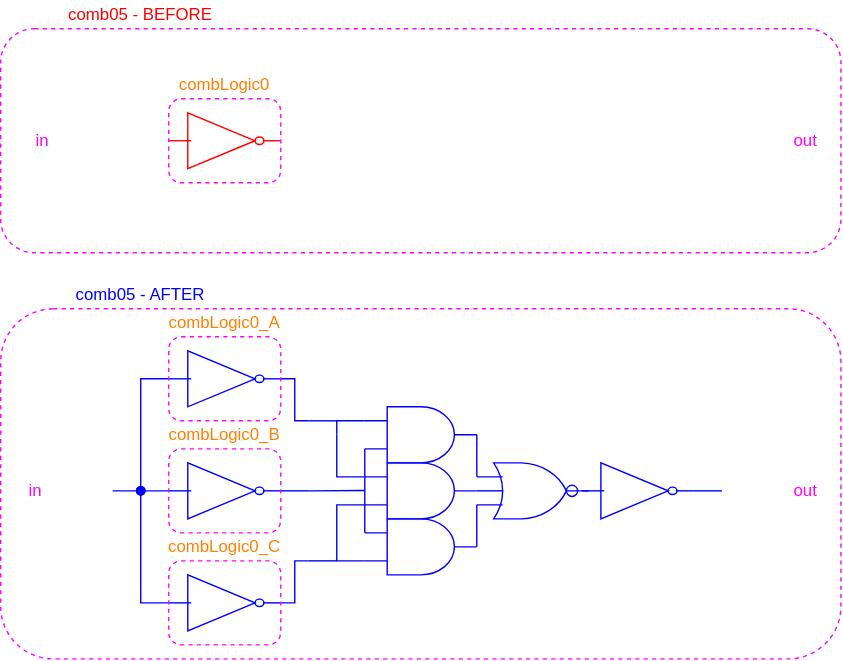
Before: figures/dark-mode/user_guide_examples/comb_logic/comb05_logic_triplication.drawio.svg, a diagram exported from draw.io (AlbertHansen/TripleModularRedundancyTool_developer_guide). Source tidied: cells renumbered, new cells last; positions are measured from the earlier drawing's top-left corner, leaving out a move shared by most shapes.
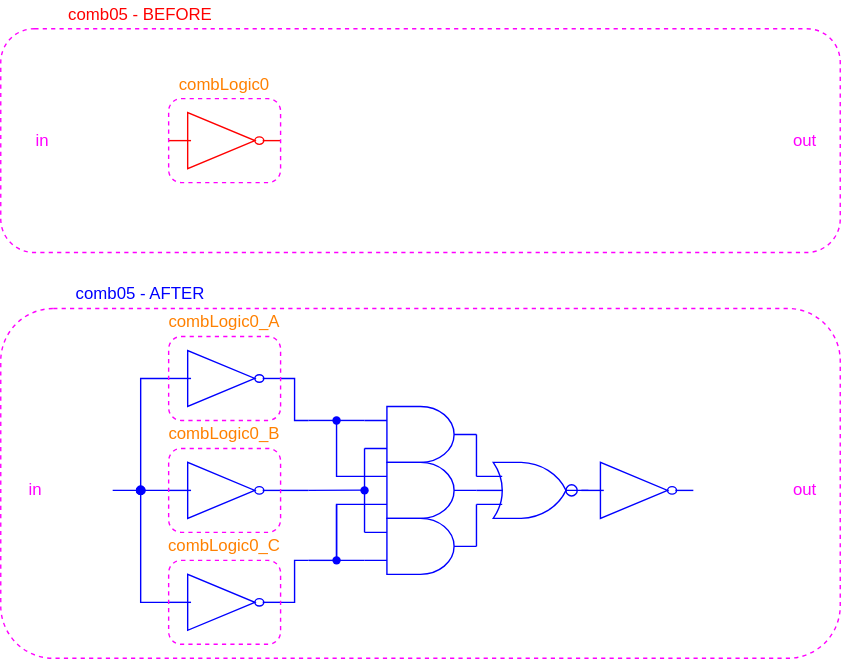
Above is the later version.

What changed in the source:
```diff
@@ -32,9 +32,6 @@
     <mxCell id="11" style="shape=offPageConnector;whiteSpace=wrap;rotation=-90;fontFamily=Helvetica;fillColor=none;strokeColor=#FFFFFF;" parent="1" vertex="1">
       <mxGeometry x="525" y="330" width="20" height="40" as="geometry" />
     </mxCell>
-    <mxCell id="12" style="edgeStyle=none;html=1;exitX=1;exitY=0.5;exitDx=0;exitDy=0;exitPerimeter=0;entryX=0.5;entryY=0;entryDx=0;entryDy=0;endArrow=none;endFill=0;strokeColor=#0000FF;" parent="1" edge="1" source="32" target="11">
-      <mxGeometry relative="1" as="geometry" />
-    </mxCell>
     <mxCell id="13" style="verticalLabelPosition=bottom;shadow=0;dashed=0;align=center;html=1;verticalAlign=top;shape=mxgraph.electrical.logic_gates.inverter_2;fillColor=none;strokeColor=#0000FF;" parent="1" vertex="1">
       <mxGeometry x="120" y="330" width="80" height="40" as="geometry" />
     </mxCell>
@@ -59,92 +56,6 @@
     <mxCell id="20" value="comb05 - AFTER" style="text;html=1;strokeColor=none;fillColor=none;align=center;verticalAlign=middle;whiteSpace=wrap;rounded=0;dashed=1;fontColor=#0000FF;" parent="1" vertex="1">
       <mxGeometry x="40" y="200" width="120" height="20" as="geometry" />
     </mxCell>
-    <mxCell id="21" style="edgeStyle=orthogonalEdgeStyle;html=1;exitX=0;exitY=0.25;exitDx=0;exitDy=0;exitPerimeter=0;entryX=0;entryY=0.75;entryDx=0;entryDy=0;entryPerimeter=0;endArrow=none;endFill=0;rounded=0;fontColor=#FF00FF;strokeColor=#0000FF;" parent="1" edge="1" source="22" target="28">
-      <mxGeometry relative="1" as="geometry">
-        <Array as="points">
-          <mxPoint x="260" y="350" />
-          <mxPoint x="260" y="350" />
-        </Array>
-      </mxGeometry>
-    </mxCell>
-    <mxCell id="22" style="verticalLabelPosition=bottom;shadow=0;dashed=0;align=center;html=1;verticalAlign=top;shape=mxgraph.electrical.logic_gates.logic_gate;operation=and;fillColor=none;fontColor=#FF00FF;strokeColor=#0000FF;" parent="1" vertex="1">
-      <mxGeometry x="260" y="370" width="80" height="40" as="geometry" />
-    </mxCell>
-    <mxCell id="23" style="edgeStyle=orthogonalEdgeStyle;rounded=0;html=1;exitX=0;exitY=0.75;exitDx=0;exitDy=0;exitPerimeter=0;entryX=0;entryY=0.75;entryDx=0;entryDy=0;entryPerimeter=0;endArrow=none;endFill=0;fontColor=#FF00FF;strokeColor=#0000FF;" parent="1" edge="1" source="26" target="22">
-      <mxGeometry relative="1" as="geometry">
-        <Array as="points">
-          <mxPoint x="240" y="360" />
-          <mxPoint x="240" y="400" />
-        </Array>
-      </mxGeometry>
-    </mxCell>
-    <mxCell id="24" style="edgeStyle=orthogonalEdgeStyle;rounded=0;html=1;entryX=0;entryY=0.25;entryDx=0;entryDy=0;entryPerimeter=0;endArrow=none;endFill=0;fontColor=#FF00FF;strokeColor=#0000FF;startArrow=none;" parent="1" edge="1" target="28">
-      <mxGeometry relative="1" as="geometry">
-        <mxPoint x="240" y="310" as="sourcePoint" />
-        <Array as="points">
-          <mxPoint x="240" y="300" />
-        </Array>
-      </mxGeometry>
-    </mxCell>
-    <mxCell id="25" style="edgeStyle=orthogonalEdgeStyle;rounded=0;html=1;exitX=1;exitY=0.5;exitDx=0;exitDy=0;exitPerimeter=0;entryX=0.235;entryY=0.478;entryDx=0;entryDy=0;entryPerimeter=0;endArrow=none;endFill=0;fontColor=#FF00FF;strokeColor=#0000FF;" parent="1" edge="1" source="26" target="30">
-      <mxGeometry relative="1" as="geometry" />
-    </mxCell>
-    <mxCell id="26" style="verticalLabelPosition=bottom;shadow=0;dashed=0;align=center;html=1;verticalAlign=top;shape=mxgraph.electrical.logic_gates.logic_gate;operation=and;fillColor=none;fontColor=#FF00FF;strokeColor=#0000FF;" parent="1" vertex="1">
-      <mxGeometry x="260" y="330" width="80" height="40" as="geometry" />
-    </mxCell>
-    <mxCell id="27" style="edgeStyle=orthogonalEdgeStyle;rounded=0;html=1;exitX=1;exitY=0.5;exitDx=0;exitDy=0;exitPerimeter=0;entryX=0;entryY=0.25;entryDx=0;entryDy=0;entryPerimeter=0;endArrow=none;endFill=0;fontColor=#FF00FF;strokeColor=#0000FF;" parent="1" edge="1" source="28" target="30">
-      <mxGeometry relative="1" as="geometry">
-        <Array as="points">
-          <mxPoint x="340" y="340" />
-        </Array>
-      </mxGeometry>
-    </mxCell>
-    <mxCell id="28" style="verticalLabelPosition=bottom;shadow=0;dashed=0;align=center;html=1;verticalAlign=top;shape=mxgraph.electrical.logic_gates.logic_gate;operation=and;fillColor=none;fontColor=#FF00FF;strokeColor=#0000FF;" parent="1" vertex="1">
-      <mxGeometry x="260" y="290" width="80" height="40" as="geometry" />
-    </mxCell>
-    <mxCell id="29" style="edgeStyle=orthogonalEdgeStyle;rounded=0;html=1;exitX=0;exitY=0.75;exitDx=0;exitDy=0;exitPerimeter=0;entryX=1;entryY=0.5;entryDx=0;entryDy=0;entryPerimeter=0;endArrow=none;endFill=0;fontColor=#FF00FF;strokeColor=#0000FF;" parent="1" edge="1" source="30" target="22">
-      <mxGeometry relative="1" as="geometry">
-        <Array as="points">
-          <mxPoint x="340" y="380" />
-          <mxPoint x="340" y="380" />
-        </Array>
-      </mxGeometry>
-    </mxCell>
-    <mxCell id="30" style="verticalLabelPosition=bottom;shadow=0;dashed=0;align=center;html=1;verticalAlign=top;shape=mxgraph.electrical.logic_gates.logic_gate;operation=or;fillColor=none;fontColor=#FF00FF;strokeColor=#0000FF;" parent="1" vertex="1">
-      <mxGeometry x="340" y="330" width="80" height="40" as="geometry" />
-    </mxCell>
-    <mxCell id="31" style="verticalLabelPosition=bottom;shadow=0;dashed=0;align=center;html=1;verticalAlign=top;shape=mxgraph.electrical.logic_gates.inverting_contact;fillColor=none;fontColor=#FF00FF;strokeColor=#0000FF;" parent="1" vertex="1">
-      <mxGeometry x="403" y="345" width="10" height="10" as="geometry" />
-    </mxCell>
-    <mxCell id="32" style="verticalLabelPosition=bottom;shadow=0;dashed=0;align=center;html=1;verticalAlign=top;shape=mxgraph.electrical.logic_gates.inverter_2;fillColor=none;fontColor=#FF00FF;strokeColor=#0000FF;" parent="1" vertex="1">
-      <mxGeometry x="415" y="330" width="80" height="40" as="geometry" />
-    </mxCell>
-    <mxCell id="33" style="endArrow=none;html=1;rounded=0;fontColor=#FF00FF;strokeColor=#0000FF;" parent="1" edge="1">
-      <mxGeometry relative="1" as="geometry">
-        <mxPoint x="220" y="300" as="sourcePoint" />
-        <mxPoint x="240" y="300" as="targetPoint" />
-      </mxGeometry>
-    </mxCell>
-    <mxCell id="34" style="endArrow=none;html=1;rounded=0;fontColor=#FF00FF;strokeColor=#0000FF;" parent="1" edge="1">
-      <mxGeometry relative="1" as="geometry">
-        <mxPoint x="220" y="400" as="sourcePoint" />
-        <mxPoint x="240" y="400" as="targetPoint" />
-      </mxGeometry>
-    </mxCell>
-    <mxCell id="35" style="endArrow=none;html=1;rounded=0;fontColor=#FF00FF;strokeColor=#0000FF;" parent="1" edge="1">
-      <mxGeometry relative="1" as="geometry">
-        <mxPoint x="220" y="350" as="sourcePoint" />
-        <mxPoint x="260" y="349.8" as="targetPoint" />
-      </mxGeometry>
-    </mxCell>
-    <mxCell id="36" style="edgeStyle=orthogonalEdgeStyle;rounded=0;html=1;exitX=0;exitY=0.25;exitDx=0;exitDy=0;exitPerimeter=0;endArrow=none;endFill=0;fontColor=#FF00FF;strokeColor=#0000FF;" parent="1" edge="1" source="26">
-      <mxGeometry relative="1" as="geometry">
-        <mxPoint x="240" y="310" as="targetPoint" />
-        <Array as="points">
-          <mxPoint x="240" y="340" />
-        </Array>
-      </mxGeometry>
-    </mxCell>
     <mxCell id="37" style="rounded=1;whiteSpace=wrap;html=1;fillColor=none;dashed=1;strokeColor=#FF00FF;fontColor=#FF00FF;" parent="1" vertex="1">
       <mxGeometry x="120" y="70" width="80" height="60" as="geometry" />
     </mxCell>
@@ -197,5 +108,107 @@
     <mxCell id="50" value="&lt;font color=&quot;#ff8000&quot;&gt;combLogic0_C&lt;/font&gt;" style="text;html=1;strokeColor=none;fillColor=none;align=center;verticalAlign=middle;whiteSpace=wrap;rounded=0;fontColor=#FF00FF;" parent="1" vertex="1">
       <mxGeometry x="135" y="380" width="50" height="20" as="geometry" />
     </mxCell>
+    <mxCell id="51" style="edgeStyle=orthogonalEdgeStyle;html=1;exitDx=0;exitDy=0;exitPerimeter=0;entryX=0;entryY=0.75;entryDx=0;entryDy=0;entryPerimeter=0;endArrow=none;endFill=0;rounded=0;startArrow=none;strokeColor=#0000FF;" parent="1" edge="1" source="69" target="58">
+      <mxGeometry relative="1" as="geometry">
+        <Array as="points">
+          <mxPoint x="260" y="350" />
+        </Array>
+      </mxGeometry>
+    </mxCell>
+    <mxCell id="52" style="verticalLabelPosition=bottom;shadow=0;dashed=0;align=center;html=1;verticalAlign=top;shape=mxgraph.electrical.logic_gates.logic_gate;operation=and;fillColor=none;strokeColor=#0000FF;" parent="1" vertex="1">
+      <mxGeometry x="260" y="370" width="80" height="40" as="geometry" />
+    </mxCell>
+    <mxCell id="53" style="edgeStyle=orthogonalEdgeStyle;rounded=0;html=1;exitDx=0;exitDy=0;exitPerimeter=0;entryX=0;entryY=0.75;entryDx=0;entryDy=0;entryPerimeter=0;endArrow=none;endFill=0;startArrow=none;strokeColor=#0000FF;" parent="1" edge="1" source="71" target="52">
+      <mxGeometry relative="1" as="geometry">
+        <Array as="points">
+          <mxPoint x="240" y="360" />
+          <mxPoint x="240" y="400" />
+        </Array>
+      </mxGeometry>
+    </mxCell>
+    <mxCell id="54" style="edgeStyle=orthogonalEdgeStyle;rounded=0;html=1;exitDx=0;exitDy=0;exitPerimeter=0;entryX=0;entryY=0.25;entryDx=0;entryDy=0;entryPerimeter=0;endArrow=none;endFill=0;startArrow=none;strokeColor=#0000FF;" parent="1" edge="1" source="67" target="58">
+      <mxGeometry relative="1" as="geometry">
+        <Array as="points">
+          <mxPoint x="240" y="300" />
+        </Array>
+      </mxGeometry>
+    </mxCell>
+    <mxCell id="55" style="edgeStyle=orthogonalEdgeStyle;rounded=0;html=1;exitX=1;exitY=0.5;exitDx=0;exitDy=0;exitPerimeter=0;entryX=0.235;entryY=0.478;entryDx=0;entryDy=0;entryPerimeter=0;endArrow=none;endFill=0;strokeColor=#0000FF;" parent="1" edge="1" source="56" target="60">
+      <mxGeometry relative="1" as="geometry" />
+    </mxCell>
+    <mxCell id="56" style="verticalLabelPosition=bottom;shadow=0;dashed=0;align=center;html=1;verticalAlign=top;shape=mxgraph.electrical.logic_gates.logic_gate;operation=and;fillColor=none;strokeColor=#0000FF;" parent="1" vertex="1">
+      <mxGeometry x="260" y="330" width="80" height="40" as="geometry" />
+    </mxCell>
+    <mxCell id="57" style="edgeStyle=orthogonalEdgeStyle;rounded=0;html=1;exitX=1;exitY=0.5;exitDx=0;exitDy=0;exitPerimeter=0;entryX=0;entryY=0.25;entryDx=0;entryDy=0;entryPerimeter=0;endArrow=none;endFill=0;strokeColor=#0000FF;" parent="1" edge="1" source="58" target="60">
+      <mxGeometry relative="1" as="geometry">
+        <Array as="points">
+          <mxPoint x="340" y="340" />
+        </Array>
+      </mxGeometry>
+    </mxCell>
+    <mxCell id="58" style="verticalLabelPosition=bottom;shadow=0;dashed=0;align=center;html=1;verticalAlign=top;shape=mxgraph.electrical.logic_gates.logic_gate;operation=and;fillColor=none;strokeColor=#0000FF;" parent="1" vertex="1">
+      <mxGeometry x="260" y="290" width="80" height="40" as="geometry" />
+    </mxCell>
+    <mxCell id="59" style="edgeStyle=orthogonalEdgeStyle;rounded=0;html=1;exitX=0;exitY=0.75;exitDx=0;exitDy=0;exitPerimeter=0;entryX=1;entryY=0.5;entryDx=0;entryDy=0;entryPerimeter=0;endArrow=none;endFill=0;strokeColor=#0000FF;" parent="1" edge="1" source="60" target="52">
+      <mxGeometry relative="1" as="geometry">
+        <Array as="points">
+          <mxPoint x="340" y="380" />
+          <mxPoint x="340" y="380" />
+        </Array>
+      </mxGeometry>
+    </mxCell>
+    <mxCell id="60" style="verticalLabelPosition=bottom;shadow=0;dashed=0;align=center;html=1;verticalAlign=top;shape=mxgraph.electrical.logic_gates.logic_gate;operation=or;fillColor=none;strokeColor=#0000FF;" parent="1" vertex="1">
+      <mxGeometry x="340" y="330" width="80" height="40" as="geometry" />
+    </mxCell>
+    <mxCell id="61" style="verticalLabelPosition=bottom;shadow=0;dashed=0;align=center;html=1;verticalAlign=top;shape=mxgraph.electrical.logic_gates.inverting_contact;fillColor=none;strokeColor=#0000FF;" parent="1" vertex="1">
+      <mxGeometry x="403" y="345" width="10" height="10" as="geometry" />
+    </mxCell>
+    <mxCell id="62" style="verticalLabelPosition=bottom;shadow=0;dashed=0;align=center;html=1;verticalAlign=top;shape=mxgraph.electrical.logic_gates.inverter_2;fillColor=none;strokeColor=#0000FF;" parent="1" vertex="1">
+      <mxGeometry x="415" y="330" width="80" height="40" as="geometry" />
+    </mxCell>
+    <mxCell id="63" style="endArrow=none;html=1;rounded=0;strokeColor=#0000FF;" parent="1" edge="1">
+      <mxGeometry relative="1" as="geometry">
+        <mxPoint x="220" y="300" as="sourcePoint" />
+        <mxPoint x="240" y="300" as="targetPoint" />
+      </mxGeometry>
+    </mxCell>
+    <mxCell id="64" style="endArrow=none;html=1;rounded=0;strokeColor=#0000FF;" parent="1" edge="1">
+      <mxGeometry relative="1" as="geometry">
+        <mxPoint x="220" y="400" as="sourcePoint" />
+        <mxPoint x="240" y="400" as="targetPoint" />
+      </mxGeometry>
+    </mxCell>
+    <mxCell id="65" style="endArrow=none;html=1;rounded=0;strokeColor=#0000FF;" parent="1" edge="1">
+      <mxGeometry relative="1" as="geometry">
+        <mxPoint x="220" y="350" as="sourcePoint" />
+        <mxPoint x="260" y="349.8" as="targetPoint" />
+      </mxGeometry>
+    </mxCell>
+    <mxCell id="66" style="edgeStyle=orthogonalEdgeStyle;rounded=0;html=1;exitX=0;exitY=0.25;exitDx=0;exitDy=0;exitPerimeter=0;entryDx=0;entryDy=0;entryPerimeter=0;endArrow=none;endFill=0;strokeColor=#0000FF;" parent="1" edge="1" source="56" target="67">
+      <mxGeometry relative="1" as="geometry">
+        <Array as="points">
+          <mxPoint x="240" y="340" />
+        </Array>
+      </mxGeometry>
+    </mxCell>
+    <mxCell id="67" style="shape=waypoint;sketch=0;fillStyle=solid;size=6;points=[];fillColor=none;perimeter=centerPerimeter;snapToPoint=1;strokeColor=#0000FF;" parent="1" vertex="1">
+      <mxGeometry x="230" y="290" width="20" height="20" as="geometry" />
+    </mxCell>
+    <mxCell id="68" style="edgeStyle=orthogonalEdgeStyle;html=1;exitX=0;exitY=0.25;exitDx=0;exitDy=0;exitPerimeter=0;entryDx=0;entryDy=0;entryPerimeter=0;endArrow=none;endFill=0;rounded=0;strokeColor=#0000FF;" parent="1" edge="1" source="52" target="69">
+      <mxGeometry relative="1" as="geometry">
+        <Array as="points">
+          <mxPoint x="260" y="350" />
+        </Array>
+      </mxGeometry>
+    </mxCell>
+    <mxCell id="69" style="shape=waypoint;sketch=0;fillStyle=solid;size=6;points=[];fillColor=none;perimeter=centerPerimeter;snapToPoint=1;strokeColor=#0000FF;" parent="1" vertex="1">
+      <mxGeometry x="250" y="340" width="20" height="20" as="geometry" />
+    </mxCell>
+    <mxCell id="70" style="edgeStyle=orthogonalEdgeStyle;rounded=0;html=1;exitX=0;exitY=0.75;exitDx=0;exitDy=0;exitPerimeter=0;entryDx=0;entryDy=0;entryPerimeter=0;endArrow=none;endFill=0;strokeColor=#0000FF;" parent="1" edge="1" source="56" target="71">
+      <mxGeometry relative="1" as="geometry" />
+    </mxCell>
+    <mxCell id="71" style="shape=waypoint;sketch=0;fillStyle=solid;size=6;points=[];fillColor=none;perimeter=centerPerimeter;snapToPoint=1;strokeColor=#0000FF;" parent="1" vertex="1">
+      <mxGeometry x="230" y="390" width="20" height="20" as="geometry" />
+    </mxCell>
   </root>
 </mxGraphModel>
```
